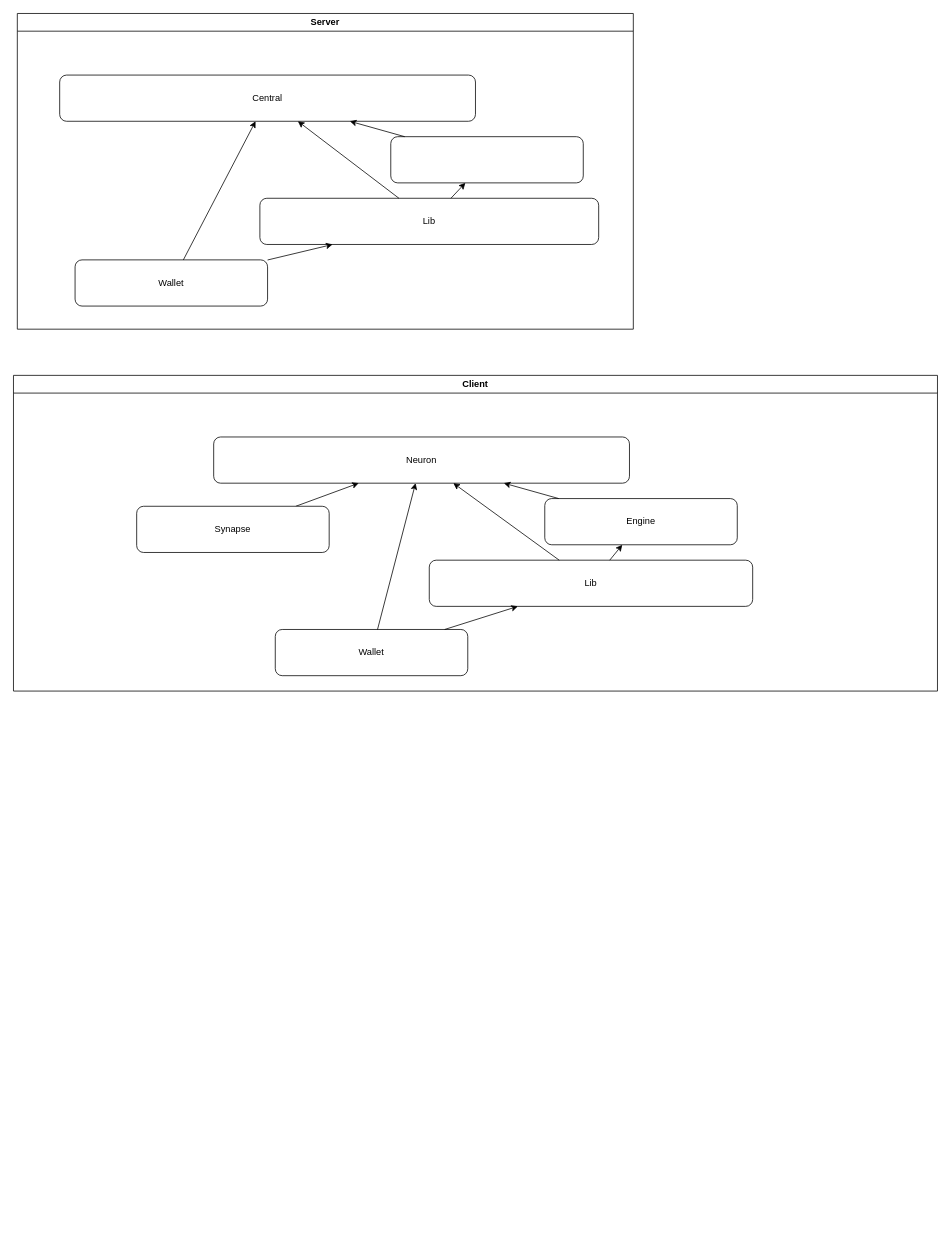
Above: docs/diagrams/repos.drawio in SatoriNetwork/Neuron (draw.io), before the change. Source tidied: cells renumbered, new cells numbered last; positions are measured from the earlier drawing's top-left corner, leaving out a move shared by most shapes. Both pictures are drawn from the tidied source at 77%, with x=0, y=0 at pixel (13, 13).
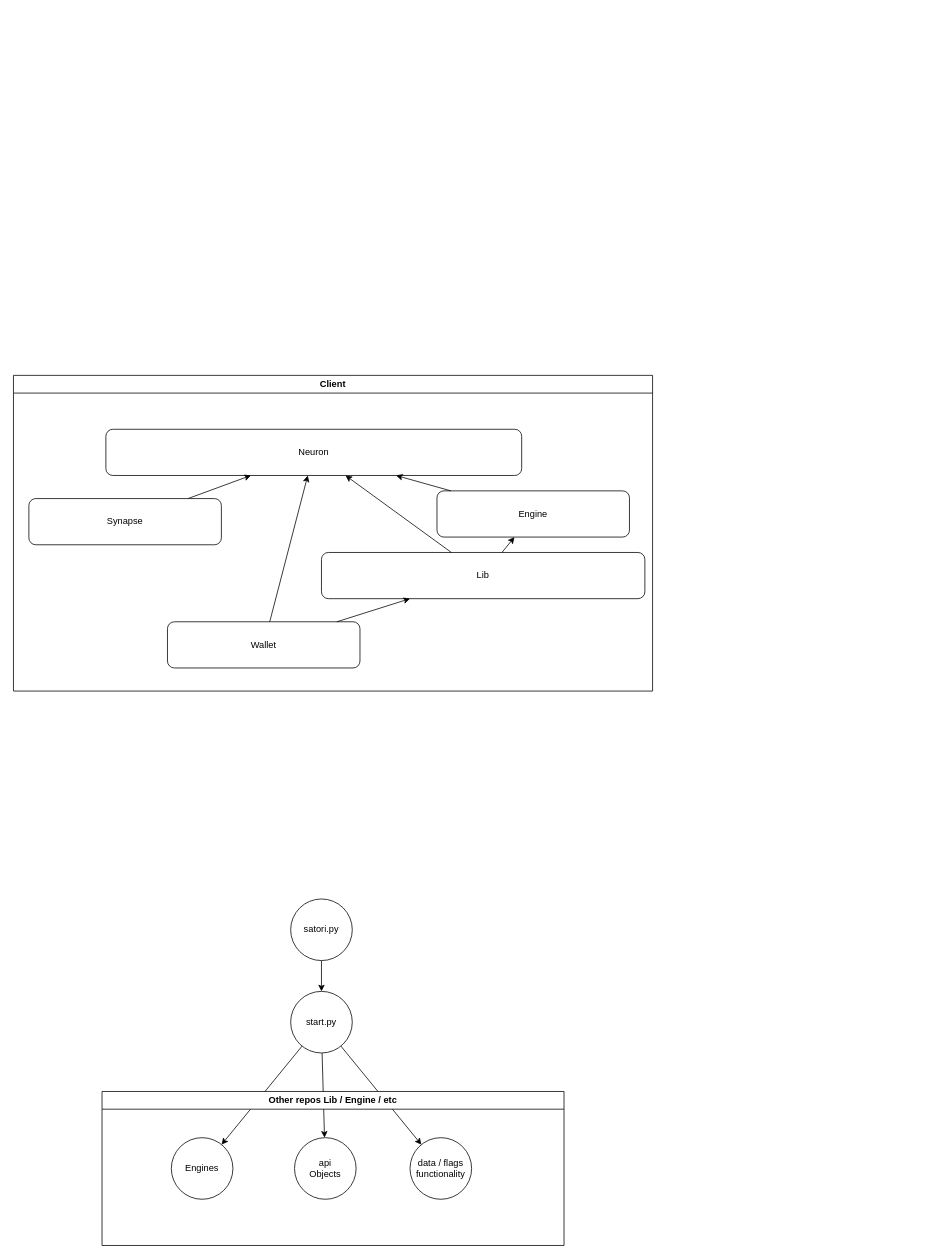
After the change.

The edit, as a diff of the source:
```diff
@@
     <mxCell id="2" value="Client" style="swimlane;whiteSpace=wrap;html=1;startSize=23;" parent="1" vertex="1">
-      <mxGeometry y="470" width="1200" height="410" as="geometry" />
+      <mxGeometry y="470" width="830" height="410" as="geometry" />
     </mxCell>
     <mxCell id="3" value="Wallet" style="rounded=1;whiteSpace=wrap;html=1;" parent="2" vertex="1">
-      <mxGeometry x="340" y="330" width="250" height="60" as="geometry" />
+      <mxGeometry x="200" y="320" width="250" height="60" as="geometry" />
     </mxCell>
     <mxCell id="4" value="Lib" style="rounded=1;whiteSpace=wrap;html=1;" parent="2" vertex="1">
-      <mxGeometry x="540" y="240" width="420" height="60" as="geometry" />
+      <mxGeometry x="400" y="230" width="420" height="60" as="geometry" />
     </mxCell>
     <mxCell id="5" value="Engine" style="rounded=1;whiteSpace=wrap;html=1;" parent="2" vertex="1">
-      <mxGeometry x="690" y="160" width="250" height="60" as="geometry" />
+      <mxGeometry x="550" y="150" width="250" height="60" as="geometry" />
     </mxCell>
@@
     <mxCell id="7" value="Neuron" style="rounded=1;whiteSpace=wrap;html=1;" parent="2" vertex="1">
-      <mxGeometry x="260" y="80" width="540" height="60" as="geometry" />
+      <mxGeometry x="120" y="70" width="540" height="60" as="geometry" />
     </mxCell>
@@
     <mxCell id="13" value="Synapse" style="rounded=1;whiteSpace=wrap;html=1;" parent="2" vertex="1">
-      <mxGeometry x="160" y="170" width="250" height="60" as="geometry" />
+      <mxGeometry x="20" y="160" width="250" height="60" as="geometry" />
     </mxCell>
-    <mxCell id="14" value="Server" style="swimlane;whiteSpace=wrap;html=1;startSize=23;" parent="1" vertex="1">
-      <mxGeometry x="5" width="800" height="410" as="geometry" />
-    </mxCell>
-    <mxCell id="15" value="Wallet" style="rounded=1;whiteSpace=wrap;html=1;" parent="14" vertex="1">
-      <mxGeometry x="75" y="320" width="250" height="60" as="geometry" />
-    </mxCell>
-    <mxCell id="16" value="Lib" style="rounded=1;whiteSpace=wrap;html=1;" parent="14" vertex="1">
-      <mxGeometry x="315" y="240" width="440" height="60" as="geometry" />
-    </mxCell>
-    <mxCell id="17" style="rounded=1;whiteSpace=wrap;html=1;" parent="14" vertex="1">
-      <mxGeometry x="485" y="160" width="250" height="60" as="geometry" />
-    </mxCell>
-    <mxCell id="18" style="edgeStyle=none;html=1;" parent="14" edge="1" source="16" target="17">
-      <mxGeometry relative="1" as="geometry" />
-    </mxCell>
-    <mxCell id="19" value="Central" style="rounded=1;whiteSpace=wrap;html=1;" parent="14" vertex="1">
-      <mxGeometry x="55" y="80" width="540" height="60" as="geometry" />
-    </mxCell>
-    <mxCell id="20" style="edgeStyle=none;html=1;" parent="14" edge="1" source="15" target="19">
-      <mxGeometry relative="1" as="geometry" />
-    </mxCell>
-    <mxCell id="21" style="edgeStyle=none;html=1;" parent="14" edge="1" source="16" target="19">
-      <mxGeometry relative="1" as="geometry" />
-    </mxCell>
-    <mxCell id="22" style="edgeStyle=none;html=1;" parent="14" edge="1" source="17" target="19">
-      <mxGeometry relative="1" as="geometry" />
-    </mxCell>
-    <mxCell id="23" style="endArrow=classic;html=1;" parent="14" edge="1" source="15" target="16">
-      <mxGeometry relative="1" as="geometry" />
-    </mxCell>
+    <mxCell id="24" style="edgeStyle=none;html=1;" parent="1" edge="1" source="25" target="29">
+      <mxGeometry relative="1" as="geometry" />
+    </mxCell>
+    <mxCell id="25" value="satori.py" style="ellipse;whiteSpace=wrap;html=1;" parent="1" vertex="1">
+      <mxGeometry x="360" y="1150" width="80" height="80" as="geometry" />
+    </mxCell>
+    <mxCell id="26" style="edgeStyle=none;html=1;" parent="1" edge="1" source="29" target="31">
+      <mxGeometry relative="1" as="geometry" />
+    </mxCell>
+    <mxCell id="27" style="edgeStyle=none;html=1;" parent="1" edge="1" source="29" target="32">
+      <mxGeometry relative="1" as="geometry" />
+    </mxCell>
+    <mxCell id="28" style="edgeStyle=none;html=1;" parent="1" edge="1" source="29" target="33">
+      <mxGeometry relative="1" as="geometry" />
+    </mxCell>
+    <mxCell id="29" value="start.py" style="ellipse;whiteSpace=wrap;html=1;" parent="1" vertex="1">
+      <mxGeometry x="360" y="1270" width="80" height="80" as="geometry" />
+    </mxCell>
+    <mxCell id="30" value="Other repos Lib / Engine / etc" style="swimlane;whiteSpace=wrap;html=1;" parent="1" vertex="1">
+      <mxGeometry x="115" y="1400" width="600" height="200" as="geometry" />
+    </mxCell>
+    <mxCell id="31" value="Engines" style="ellipse;whiteSpace=wrap;html=1;" parent="30" vertex="1">
+      <mxGeometry x="90" y="60" width="80" height="80" as="geometry" />
+    </mxCell>
+    <mxCell id="32" value="api&lt;br&gt;Objects" style="ellipse;whiteSpace=wrap;html=1;" parent="30" vertex="1">
+      <mxGeometry x="250" y="60" width="80" height="80" as="geometry" />
+    </mxCell>
+    <mxCell id="33" value="data / flags&lt;br&gt;functionality" style="ellipse;whiteSpace=wrap;html=1;" parent="30" vertex="1">
+      <mxGeometry x="400" y="60" width="80" height="80" as="geometry" />
+    </mxCell>
```
